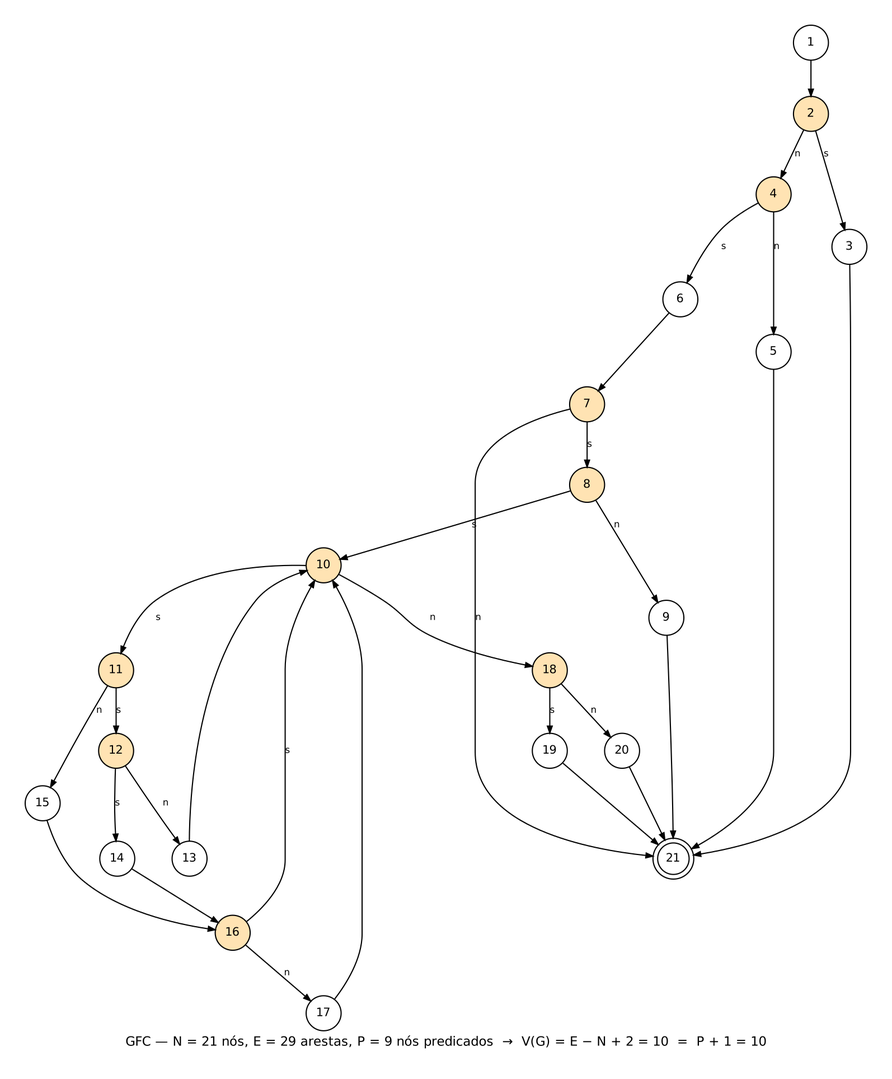
Conecta-Vida/Conecta-Vida-Mobile keeps this Graphviz diagram as qualidade/diagramas/ex04_gfc.png. Above is the earlier version. Its source is kept beside it as qualidade/diagramas/ex04_gfc.dot.
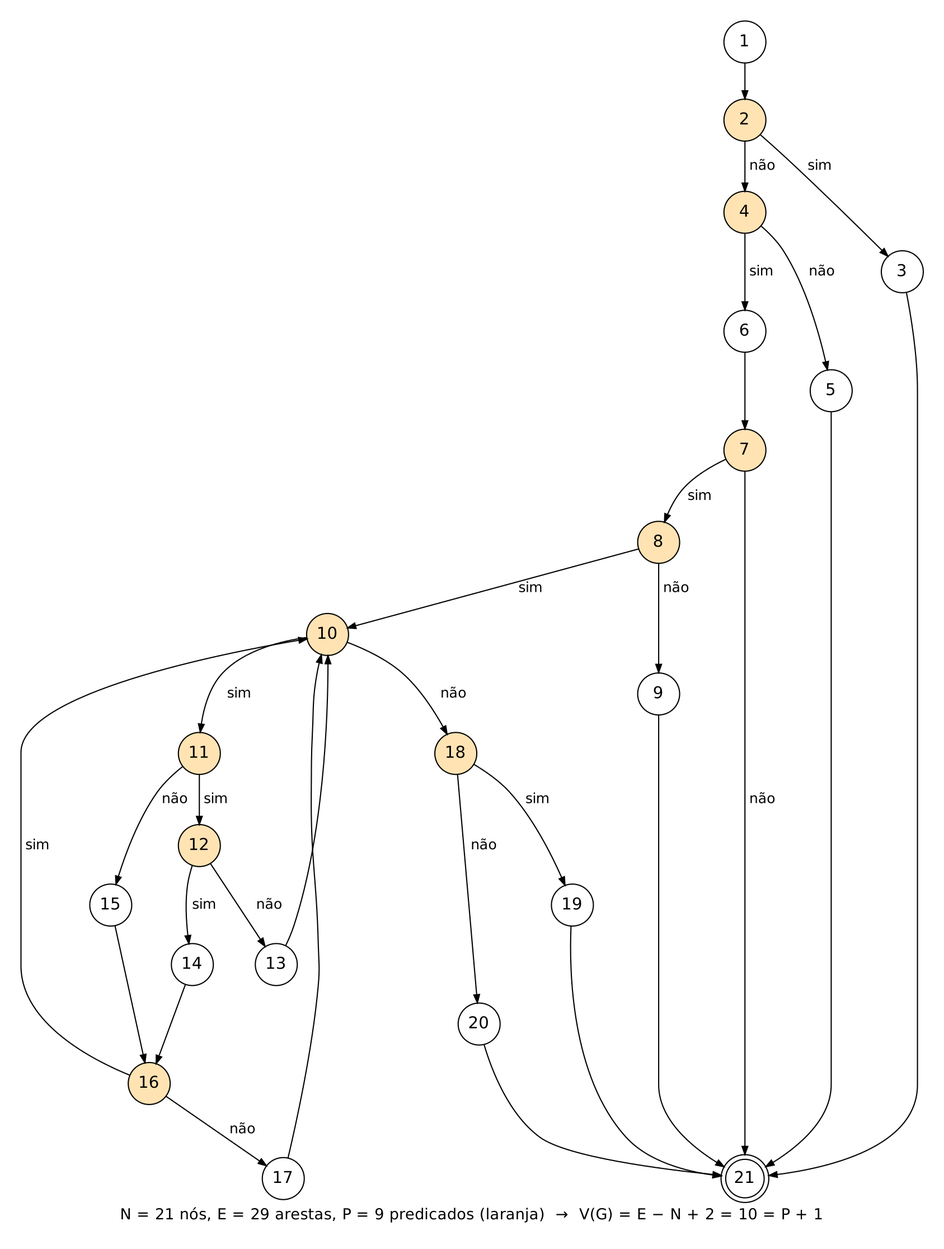
The same file after the commit.

Change to the diagram source:
```diff
@@ -1,27 +1,30 @@
 digraph gfc {
-  graph [rankdir=TB, fontname="DejaVu Sans", fontsize=11, nodesep=0.45, ranksep=0.4, pad=0.3,
-         label="GFC — N = 21 nós, E = 29 arestas, P = 9 nós predicados  →  V(G) = E − N + 2 = 10  =  P + 1 = 10", labelloc=b];
-  node  [shape=circle, fontname="DejaVu Sans", fontsize=10, width=0.42, fixedsize=true, style=filled, fillcolor="#ffffff"];
-  edge  [arrowsize=0.6, fontname="DejaVu Sans", fontsize=8];
+  graph [rankdir=TB, fontname="DejaVu Sans", fontsize=13, nodesep=0.5, ranksep=0.42, pad=0.25, dpi=150,
+         label="N = 21 nós, E = 29 arestas, P = 9 predicados (laranja)  →  V(G) = E − N + 2 = 10 = P + 1", labelloc=b];
+  node  [shape=circle, fontname="DejaVu Sans", fontsize=14, width=0.5, fixedsize=true, style=filled, fillcolor="#ffffff"];
+  edge  [arrowsize=0.7, fontname="DejaVu Sans", fontsize=12];
   node [fillcolor="#ffe3b3"]; 2; 4; 7; 8; 10; 11; 12; 16; 18;
   node [fillcolor="#ffffff"];
-  21 [shape=doublecircle, width=0.38];
+  21 [shape=doublecircle, width=0.46];
+  1 [group=p]; 2 [group=p]; 4 [group=p]; 6 [group=p]; 7 [group=p]; 8 [group=p];
+  10 [group=p]; 11 [group=p]; 12 [group=p]; 14 [group=p]; 16 [group=p]; 18 [group=p]; 21 [group=p];
+  { rank=max; 21; }
   1 -> 2;
-  2 -> 3 [label="s"]; 2 -> 4 [label="n"];
+  2 -> 3 [label=" sim"]; 2 -> 4 [label=" não"];
   3 -> 21;
-  4 -> 5 [label="n"]; 4 -> 6 [label="s"];
+  4 -> 5 [label=" não"]; 4 -> 6 [label=" sim"];
   5 -> 21;
   6 -> 7;
-  7 -> 21 [label="n"]; 7 -> 8 [label="s"];
-  8 -> 9 [label="n"]; 8 -> 10 [label="s"];
+  7 -> 21 [label=" não"]; 7 -> 8 [label=" sim"];
+  8 -> 9 [label=" não"]; 8 -> 10 [label=" sim"];
   9 -> 21;
-  10 -> 11 [label="s"]; 10 -> 18 [label="n"];
-  11 -> 12 [label="s"]; 11 -> 15 [label="n"];
-  12 -> 13 [label="n"]; 12 -> 14 [label="s"];
+  10 -> 11 [label=" sim"]; 10 -> 18 [label=" não"];
+  11 -> 12 [label=" sim"]; 11 -> 15 [label=" não"];
+  12 -> 13 [label=" não"]; 12 -> 14 [label=" sim"];
   13 -> 10;
   14 -> 16; 15 -> 16;
-  16 -> 10 [label="s"]; 16 -> 17 [label="n"];
+  16 -> 10 [label=" sim"]; 16 -> 17 [label=" não"];
   17 -> 10;
-  18 -> 19 [label="s"]; 18 -> 20 [label="n"];
+  18 -> 19 [label=" sim"]; 18 -> 20 [label=" não"];
   19 -> 21; 20 -> 21;
 }
```
